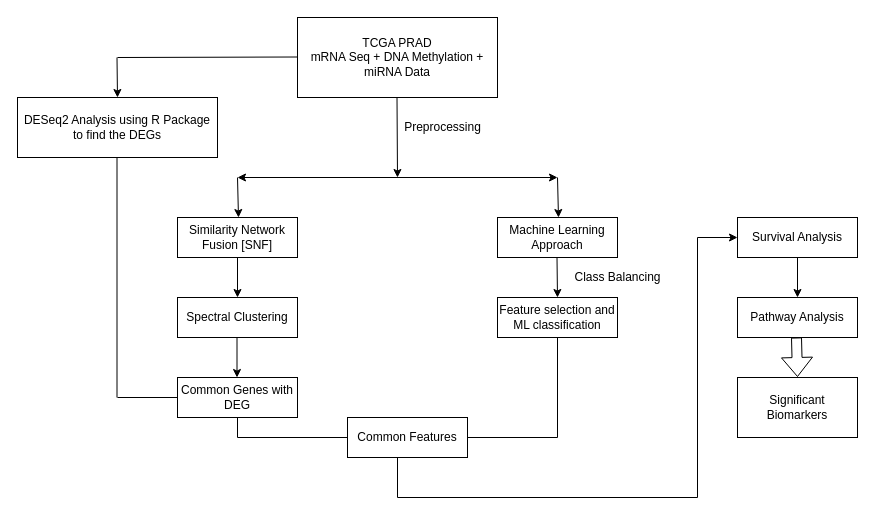
SanandhKumar02/MiniProject_ProstateCancer keeps this draw.io diagram as Methodology.drawio. Above is the earlier version. Source tidied: cells renumbered, new cells numbered last; positions are measured from the earlier drawing's top-left corner, leaving out a move shared by most shapes. Both pictures are drawn from the tidied source at 100%, with x=0, y=0 at pixel (17, 17).
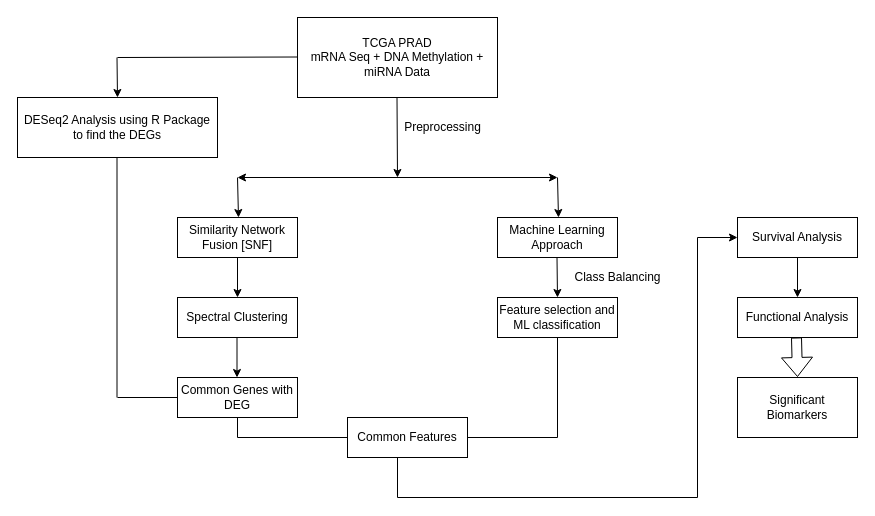
The same page after the edit.

Diff of the diagram source:
```diff
@@
-    <mxCell id="29" value="Pathway Analysis" style="rounded=0;whiteSpace=wrap;html=1;" parent="1" vertex="1">
+    <mxCell id="29" value="Functional Analysis" style="rounded=0;whiteSpace=wrap;html=1;" parent="1" vertex="1">
       <mxGeometry x="720" y="280" width="120" height="40" as="geometry" />
     </mxCell>
```
